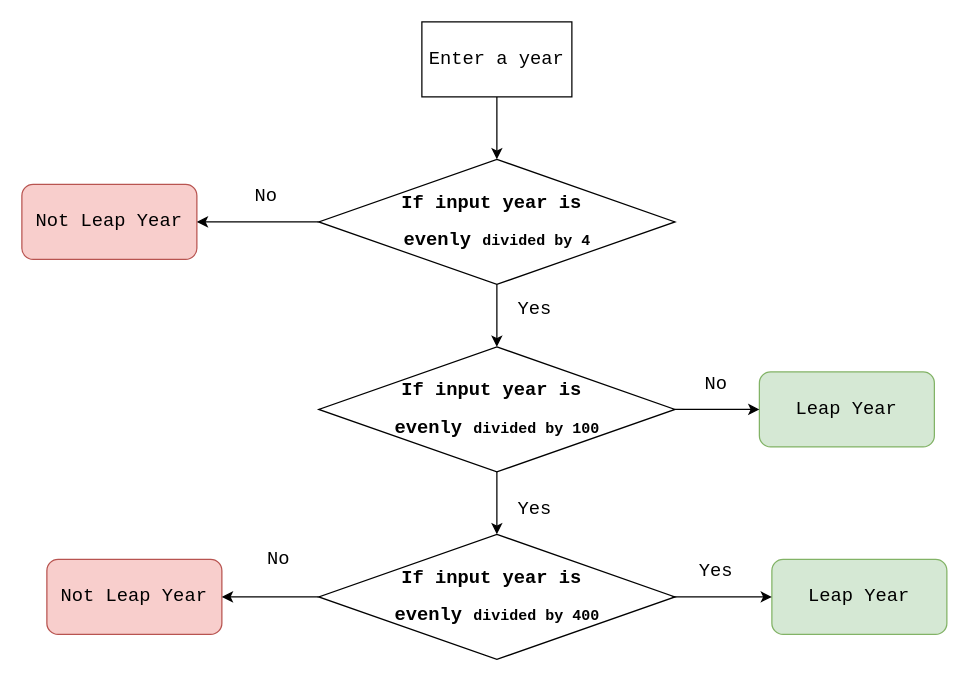
The draw.io diagram Leap_Year_Flow.drawio in debamckv/FlowCharts, before the edit. Source tidied: cells renumbered, new cells numbered last; positions are measured from the earlier drawing's top-left corner, leaving out a move shared by most shapes. Both pictures are drawn from the tidied source at 125%, with x=0, y=0 at pixel (21, 21).
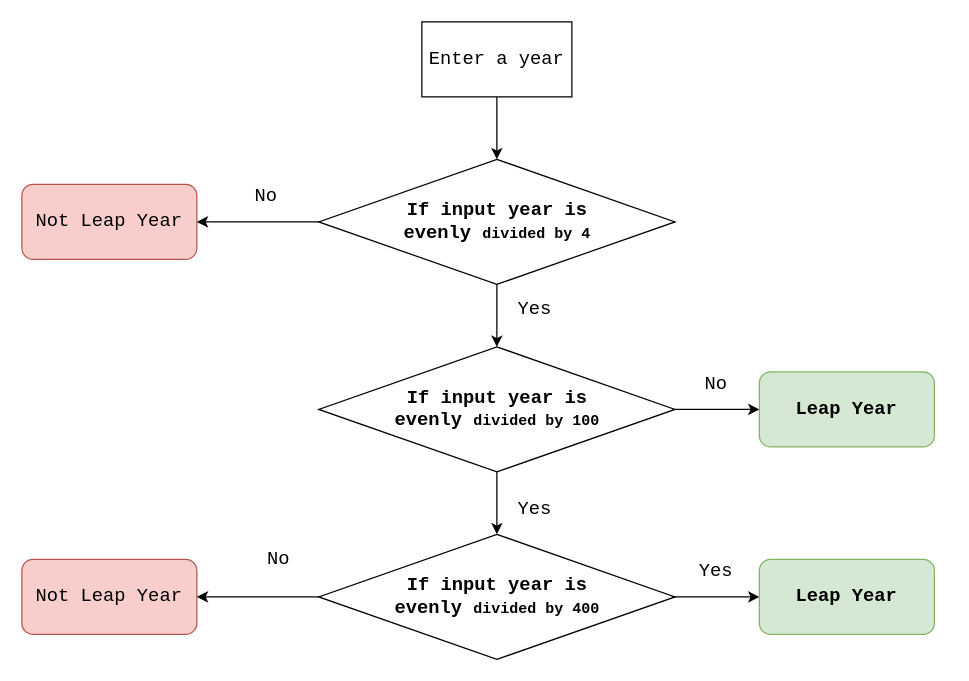
The same diagram, later.

What changed in the source:
```diff
@@
-    <mxCell id="2" value="&lt;pre style=&quot;font-size: 15px&quot;&gt;Enter a year&lt;/pre&gt;" style="rounded=0;whiteSpace=wrap;html=1;" parent="1" vertex="1">
+    <mxCell id="2" value="&lt;div style=&quot;font-size: 15px&quot;&gt;Enter a year&lt;/div&gt;" style="rounded=0;whiteSpace=wrap;html=1;fontFamily=Courier New;" parent="1" vertex="1">
       <mxGeometry x="320" width="120" height="60" as="geometry" />
     </mxCell>
@@
-    <mxCell id="4" value="&lt;pre&gt;&lt;font face=&quot;Courier New&quot; style=&quot;font-size: 15px&quot;&gt;&lt;b&gt;If input year is &lt;/b&gt;&lt;/font&gt;&lt;/pre&gt;&lt;pre&gt;&lt;b&gt;&lt;font face=&quot;Courier New&quot; style=&quot;font-size: 15px&quot;&gt;evenly &lt;/font&gt;divided by 4&lt;/b&gt;&lt;/pre&gt;" style="rhombus;whiteSpace=wrap;html=1;" parent="1" vertex="1">
+    <mxCell id="4" value="&lt;div&gt;&lt;font style=&quot;font-size: 15px&quot;&gt;&lt;span&gt;If input year is &lt;/span&gt;&lt;/font&gt;&lt;/div&gt;&lt;div&gt;&lt;span&gt;&lt;font&gt;&lt;font style=&quot;font-size: 15px&quot;&gt;evenly &lt;/font&gt;divided by 4&lt;/font&gt;&lt;/span&gt;&lt;/div&gt;" style="rhombus;whiteSpace=wrap;html=1;fontFamily=Courier New;fontStyle=1;" parent="1" vertex="1">
       <mxGeometry x="237.5" y="110" width="285" height="100" as="geometry" />
     </mxCell>
-    <mxCell id="5" value="&lt;pre&gt;&lt;font face=&quot;Courier New&quot;&gt;&lt;span style=&quot;font-size: 15px&quot;&gt;Not Leap Year&lt;/span&gt;&lt;/font&gt;&lt;/pre&gt;" style="rounded=1;whiteSpace=wrap;html=1;fillColor=#f8cecc;strokeColor=#b85450;" parent="1" vertex="1">
+    <mxCell id="5" value="&lt;div&gt;&lt;font&gt;&lt;span style=&quot;font-size: 15px&quot;&gt;Not Leap Year&lt;/span&gt;&lt;/font&gt;&lt;/div&gt;" style="rounded=1;whiteSpace=wrap;html=1;fillColor=#f8cecc;strokeColor=#b85450;fontFamily=Courier New;" parent="1" vertex="1">
       <mxGeometry y="130" width="140" height="60" as="geometry" />
     </mxCell>
@@
-    <mxCell id="8" value="&lt;pre&gt;&lt;font face=&quot;Courier New&quot; style=&quot;font-size: 15px&quot;&gt;&lt;b&gt;If input year is &lt;/b&gt;&lt;/font&gt;&lt;/pre&gt;&lt;pre&gt;&lt;b&gt;&lt;font face=&quot;Courier New&quot; style=&quot;font-size: 15px&quot;&gt;evenly &lt;/font&gt;divided by 100&lt;/b&gt;&lt;/pre&gt;" style="rhombus;whiteSpace=wrap;html=1;" parent="1" vertex="1">
+    <mxCell id="8" value="&lt;div&gt;&lt;font style=&quot;font-size: 15px&quot;&gt;&lt;b&gt;If input year is &lt;/b&gt;&lt;/font&gt;&lt;/div&gt;&lt;div&gt;&lt;b&gt;&lt;font&gt;&lt;font style=&quot;font-size: 15px&quot;&gt;evenly &lt;/font&gt;divided by 100&lt;/font&gt;&lt;/b&gt;&lt;/div&gt;" style="rhombus;whiteSpace=wrap;html=1;fontFamily=Courier New;" parent="1" vertex="1">
       <mxGeometry x="237.5" y="260" width="285" height="100" as="geometry" />
     </mxCell>
@@
-    <mxCell id="11" value="&lt;pre&gt;&lt;font face=&quot;Courier New&quot;&gt;&lt;span style=&quot;font-size: 15px&quot;&gt;Leap Year&lt;/span&gt;&lt;/font&gt;&lt;/pre&gt;" style="rounded=1;whiteSpace=wrap;html=1;fillColor=#d5e8d4;strokeColor=#82b366;" parent="1" vertex="1">
+    <mxCell id="11" value="&lt;div&gt;&lt;font&gt;&lt;span style=&quot;font-size: 15px&quot;&gt;Leap Year&lt;/span&gt;&lt;/font&gt;&lt;/div&gt;" style="rounded=1;whiteSpace=wrap;html=1;fillColor=#d5e8d4;strokeColor=#82b366;fontFamily=Courier New;fontStyle=1;" parent="1" vertex="1">
       <mxGeometry x="590" y="280" width="140" height="60" as="geometry" />
     </mxCell>
@@
-    <mxCell id="14" value="&lt;pre&gt;&lt;font face=&quot;Courier New&quot; style=&quot;font-size: 15px&quot;&gt;&lt;b&gt;If input year is &lt;/b&gt;&lt;/font&gt;&lt;/pre&gt;&lt;pre&gt;&lt;b&gt;&lt;font face=&quot;Courier New&quot; style=&quot;font-size: 15px&quot;&gt;evenly &lt;/font&gt;divided by 400&lt;/b&gt;&lt;/pre&gt;" style="rhombus;whiteSpace=wrap;html=1;" parent="1" vertex="1">
+    <mxCell id="14" value="&lt;div&gt;&lt;font style=&quot;font-size: 15px&quot;&gt;&lt;b&gt;If input year is &lt;/b&gt;&lt;/font&gt;&lt;/div&gt;&lt;div&gt;&lt;b&gt;&lt;font&gt;&lt;font style=&quot;font-size: 15px&quot;&gt;evenly &lt;/font&gt;divided by 400&lt;/font&gt;&lt;/b&gt;&lt;/div&gt;" style="rhombus;whiteSpace=wrap;html=1;fontFamily=Courier New;" parent="1" vertex="1">
       <mxGeometry x="237.5" y="410" width="285" height="100" as="geometry" />
     </mxCell>
@@
-    <mxCell id="17" value="&lt;pre&gt;&lt;font face=&quot;Courier New&quot;&gt;&lt;span style=&quot;font-size: 15px&quot;&gt;Leap Year&lt;/span&gt;&lt;/font&gt;&lt;/pre&gt;" style="rounded=1;whiteSpace=wrap;html=1;fillColor=#d5e8d4;strokeColor=#82b366;" parent="1" vertex="1">
-      <mxGeometry x="600" y="430" width="140" height="60" as="geometry" />
+    <mxCell id="17" value="&lt;div&gt;&lt;font&gt;&lt;span style=&quot;font-size: 15px&quot;&gt;Leap Year&lt;/span&gt;&lt;/font&gt;&lt;/div&gt;" style="rounded=1;whiteSpace=wrap;html=1;fillColor=#d5e8d4;strokeColor=#82b366;fontFamily=Courier New;fontStyle=1;" parent="1" vertex="1">
+      <mxGeometry x="590" y="430" width="140" height="60" as="geometry" />
     </mxCell>
@@
-    <mxCell id="20" value="&lt;pre&gt;&lt;font face=&quot;Courier New&quot;&gt;&lt;span style=&quot;font-size: 15px&quot;&gt;Not Leap Year&lt;/span&gt;&lt;/font&gt;&lt;/pre&gt;" style="rounded=1;whiteSpace=wrap;html=1;fillColor=#f8cecc;strokeColor=#b85450;" parent="1" vertex="1">
-      <mxGeometry x="20" y="430" width="140" height="60" as="geometry" />
+    <mxCell id="20" value="&lt;div&gt;&lt;font&gt;&lt;span style=&quot;font-size: 15px&quot;&gt;Not Leap Year&lt;/span&gt;&lt;/font&gt;&lt;/div&gt;" style="rounded=1;whiteSpace=wrap;html=1;fillColor=#f8cecc;strokeColor=#b85450;fontFamily=Courier New;" parent="1" vertex="1">
+      <mxGeometry y="430" width="140" height="60" as="geometry" />
     </mxCell>
```
